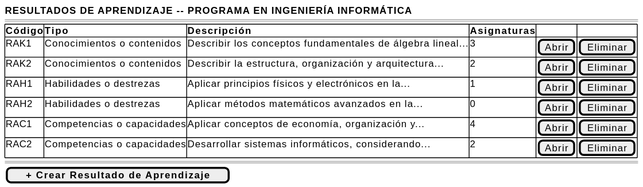
Before: images/RUP/01-requisitos/03-detalle-casos-uso/abrirResultadosAprendizaje/wireframe.svg, a diagram exported from PlantUML (mmasias/pyCeldaPublico).
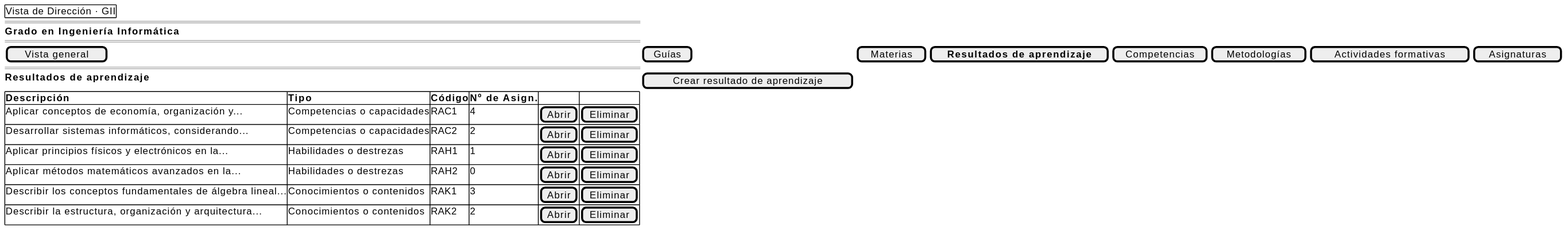
The same file after the commit.

The edit, as a diff of the source:
```diff
@@ -1,17 +1,20 @@
 @startsalt abrirResultadosAprendizaje-wireframe
 {
-    <b>RESULTADOS DE APRENDIZAJE -- PROGRAMA EN INGENIERÍA INFORMÁTICA</b>
+    {+ Vista de Dirección · GII }
     ====
+    <b>Grado en Ingeniería Informática</b>
+    ====
+    [ Vista general ] | [ Guías ] | [ Materias ] | [ <b>Resultados de aprendizaje</b> ] | [ Competencias ] | [ Metodologías ] | [ Actividades formativas ] | [ Asignaturas ]
+    ====
+    <b>Resultados de aprendizaje</b> | [ Crear resultado de aprendizaje ]
     {#
-        <b>Código | <b>Tipo | <b>Descripción | <b>Asignaturas | . | .
-        RAK1 | Conocimientos o contenidos | Describir los conceptos fundamentales de álgebra lineal... | 3 | [Abrir] | [Eliminar]
-        RAK2 | Conocimientos o contenidos | Describir la estructura, organización y arquitectura... | 2 | [Abrir] | [Eliminar]
-        RAH1 | Habilidades o destrezas | Aplicar principios físicos y electrónicos en la... | 1 | [Abrir] | [Eliminar]
-        RAH2 | Habilidades o destrezas | Aplicar métodos matemáticos avanzados en la... | 0 | [Abrir] | [Eliminar]
-        RAC1 | Competencias o capacidades | Aplicar conceptos de economía, organización y... | 4 | [Abrir] | [Eliminar]
-        RAC2 | Competencias o capacidades | Desarrollar sistemas informáticos, considerando... | 2 | [Abrir] | [Eliminar]
+        <b>Descripción | <b>Tipo | <b>Código | <b>Nº de Asign. | . | .
+        Aplicar conceptos de economía, organización y... | Competencias o capacidades | RAC1 | 4 | [Abrir] | [Eliminar]
+        Desarrollar sistemas informáticos, considerando... | Competencias o capacidades | RAC2 | 2 | [Abrir] | [Eliminar]
+        Aplicar principios físicos y electrónicos en la... | Habilidades o destrezas | RAH1 | 1 | [Abrir] | [Eliminar]
+        Aplicar métodos matemáticos avanzados en la... | Habilidades o destrezas | RAH2 | 0 | [Abrir] | [Eliminar]
+        Describir los conceptos fundamentales de álgebra lineal... | Conocimientos o contenidos | RAK1 | 3 | [Abrir] | [Eliminar]
+        Describir la estructura, organización y arquitectura... | Conocimientos o contenidos | RAK2 | 2 | [Abrir] | [Eliminar]
     }
-    ====
-    [ <b>+ Crear Resultado de Aprendizaje</b> ]
 }
 @endsalt
```
